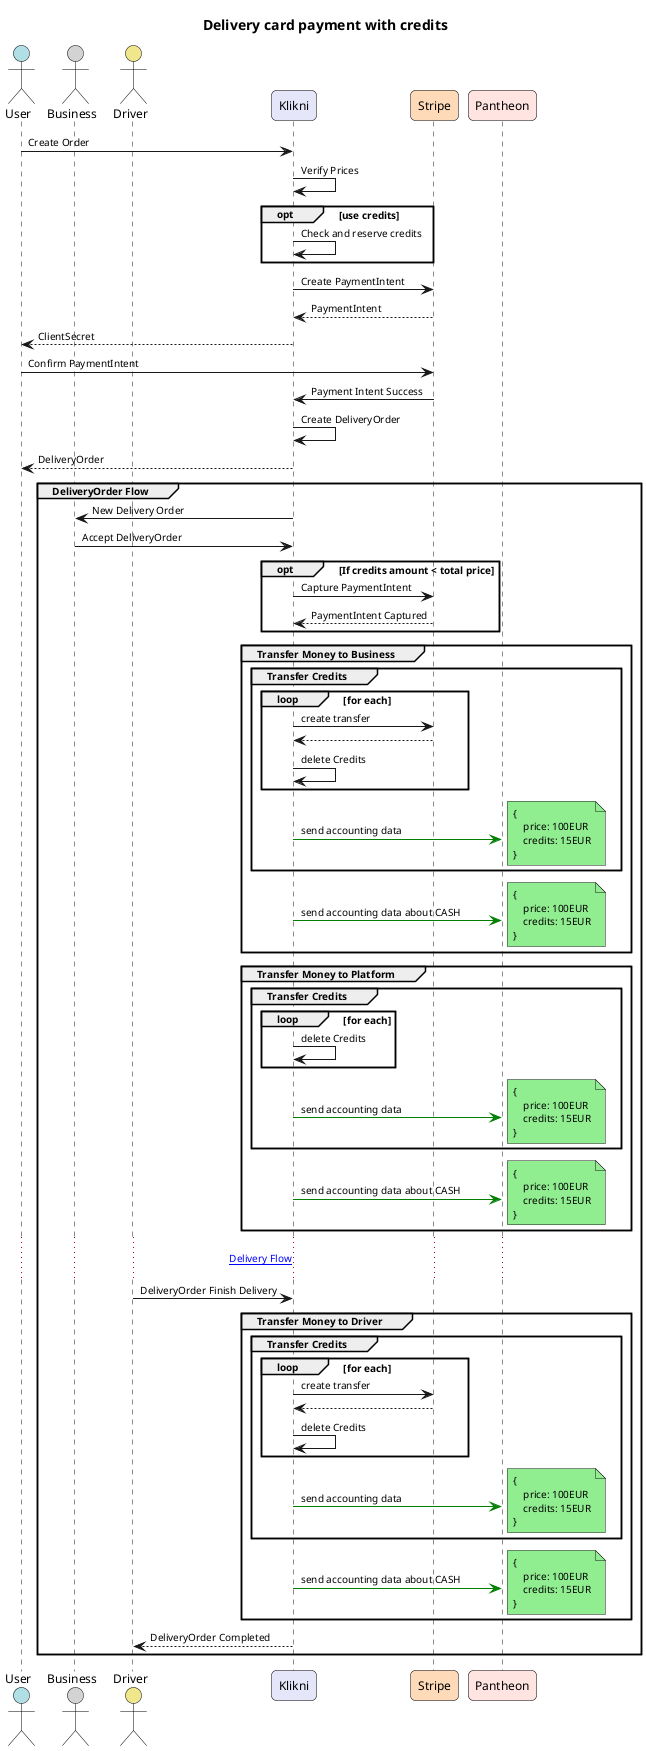
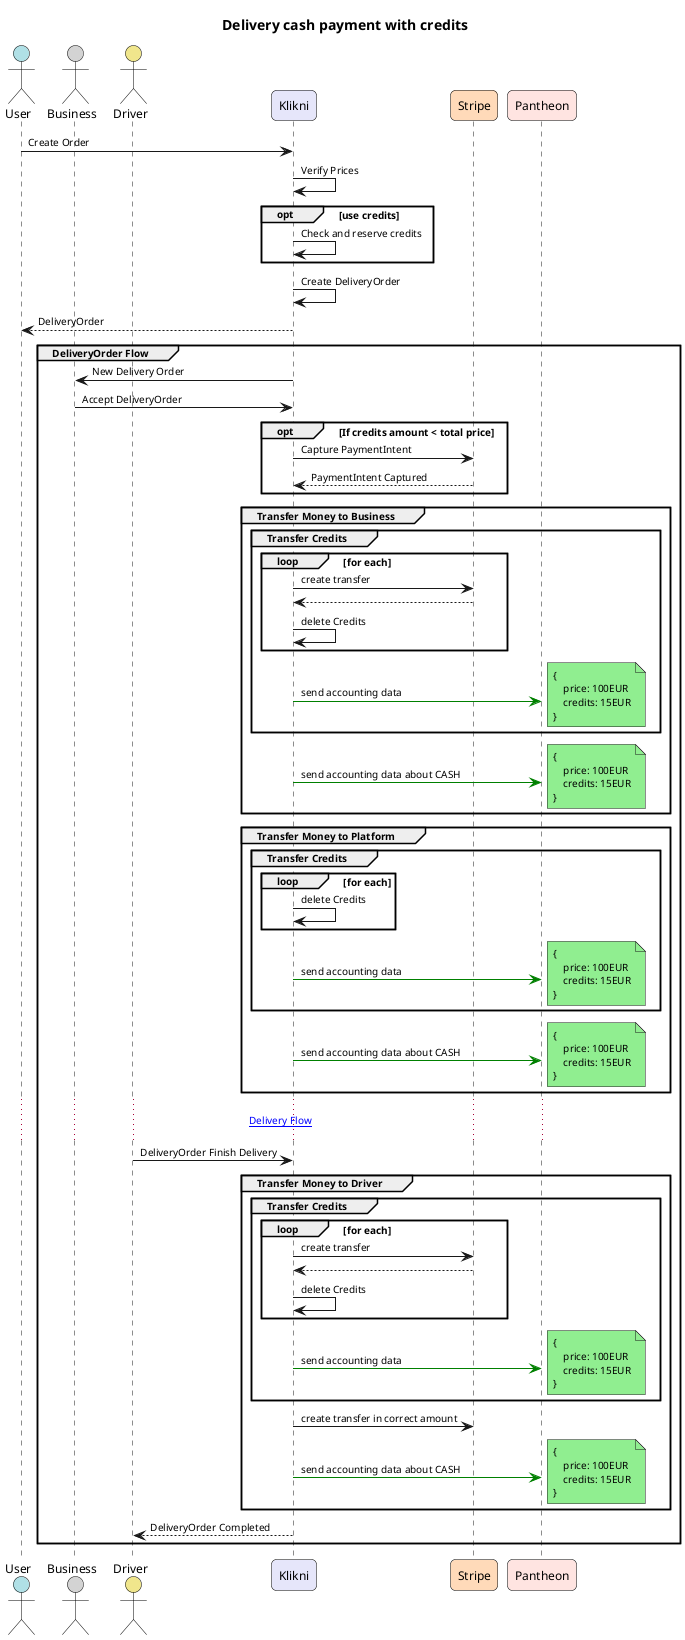
@startuml Klikni_Sequence_Diagram
- title Delivery card payment with credits
+ title Delivery cash payment with credits
' === Page / Resolution ===
' skinparam dpi 300
' skinparam pageWidth 2100
' skinparam pageHeight 1485

' === Compact Sequence Styling ===
skinparam defaultFontSize 10
skinparam sequence {
    MessageSpacing 15
    ParticipantSpacing 50
}

' === Actor / Participant Styling ===
skinparam actor {
    FontName Arial
    FontSize 12
    BorderColor Black
    BackgroundColor #ADD8E6
    RoundCorner 10
    MinWidth 120
    MinHeight 120
}

skinparam participant {
    FontName Arial
    FontSize 12
    BorderColor Black
    RoundCorner 10
    MinWidth 140
    MinHeight 100
}

' === Participant Colors ===
' Use stereotypes for coloring specific entities
actor User as user #B0E0E6
actor Business as business #D3D3D3
actor Driver as driver #F0E68C
participant Klikni as klikni #E6E6FA
participant Stripe as stripe #FFDAB9
participant Pantheon as pantheon #FFE4E1

' === Sequence Example ===
user -> klikni: Create Order
klikni -> klikni: Verify Prices
opt use credits
    klikni -> klikni: Check and reserve credits
end
- klikni -> stripe: Create PaymentIntent
- klikni <-- stripe: PaymentIntent
- user <-- klikni: ClientSecret
- user -> stripe: Confirm PaymentIntent
- stripe -> klikni: Payment Intent Success
klikni -> klikni: Create DeliveryOrder
klikni --> user: DeliveryOrder

group DeliveryOrder Flow
    klikni -> business: New Delivery Order
    business -> klikni: Accept DeliveryOrder
    opt If credits amount < total price
        klikni -> stripe: Capture PaymentIntent
        stripe --> klikni: PaymentIntent Captured
    end
    group Transfer Money to Business
        group Transfer Credits
            loop for each
                klikni->stripe: create transfer
                klikni<--stripe
                klikni->klikni: delete Credits
            end
            klikni -[#green]> pantheon: send accounting data
            note right #LightGreen
            {
                price: 100EUR
                credits: 15EUR
            }
            end note
        end
        klikni -[#green]> pantheon: send accounting data about CASH
        note right #LightGreen
        {
            price: 100EUR
            credits: 15EUR
        }
        end note
    end
    group Transfer Money to Platform
        group Transfer Credits
            loop for each
                klikni->klikni: delete Credits
            end
            klikni -[#green]> pantheon: send accounting data
            note right #LightGreen
            {
                price: 100EUR
                credits: 15EUR
            }
            end note
        end
        klikni -[#green]> pantheon: send accounting data about CASH
        note right #LightGreen
        {
            price: 100EUR
            credits: 15EUR
        }
        end note
    end

    ... [[http://plantuml.com Delivery Flow]]  ...
    driver -> klikni: DeliveryOrder Finish Delivery
    group Transfer Money to Driver
        group Transfer Credits
            loop for each
                klikni->stripe: create transfer
                klikni<--stripe
                klikni->klikni: delete Credits
            end
            klikni -[#green]> pantheon: send accounting data
            note right #LightGreen
            {
                price: 100EUR
                credits: 15EUR
            }
            end note
        end
+         klikni->stripe: create transfer in correct amount
+ 
        klikni -[#green]> pantheon: send accounting data about CASH
        note right #LightGreen
        {
            price: 100EUR
            credits: 15EUR
        }
        end note
    end
    klikni --> driver: DeliveryOrder Completed
end

@enduml